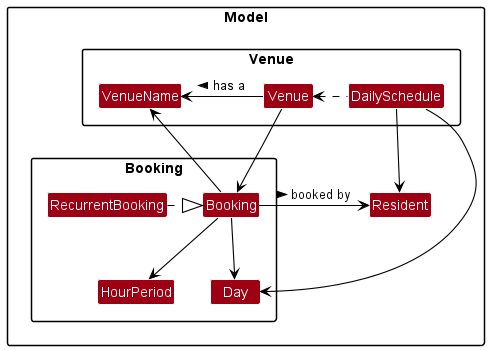
The PlantUML diagram docs/images/VenueBookingClassDiagram.png in nus-cs2103-AY2223S1/tp, before a commit.
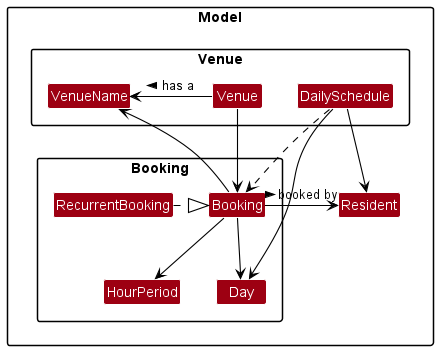
The same file after the commit.

Diff of the diagram source:
```diff
@@ -26,7 +26,7 @@
 
 DailySchedule -> Resident
 DailySchedule --> Day
-DailySchedule .left.> Venue
+DailySchedule .> Booking
 
 Booking -up-> VenueName
 Booking -down-> HourPeriod
```
